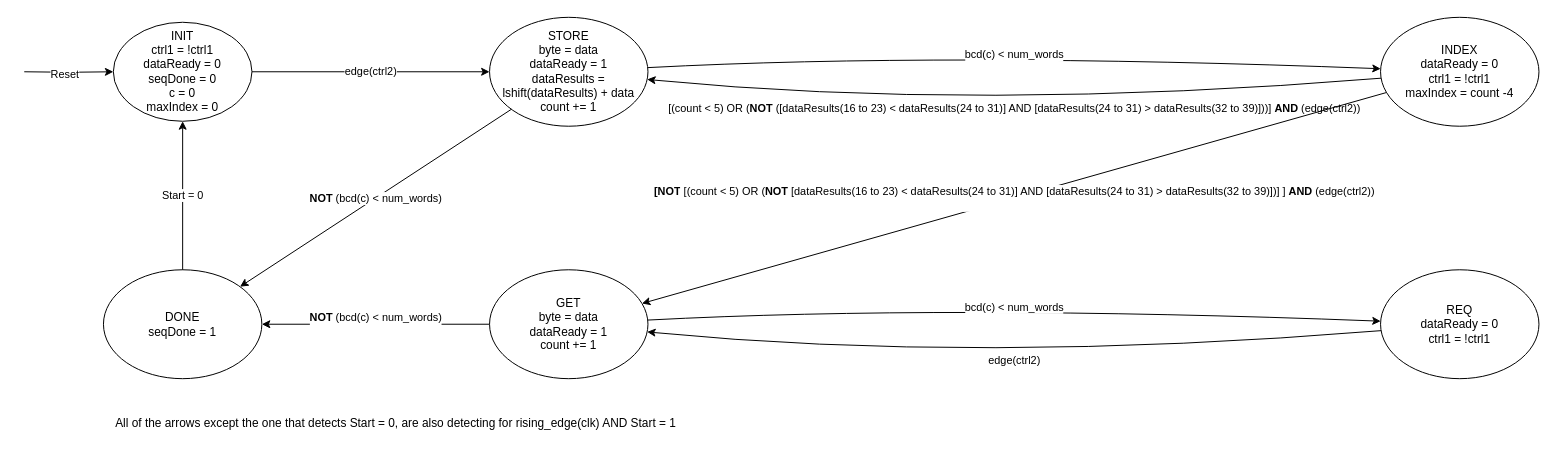
This is Folder/FSM.drawio from OscarHdez103/DigProjFSM, a draw.io file, before an edit. Source tidied: cells renumbered, new cells numbered last; positions are measured from the earlier drawing's top-left corner, leaving out a move shared by most shapes. Both pictures are drawn from the tidied source at 99%, with x=0, y=0 at pixel (24, 17).
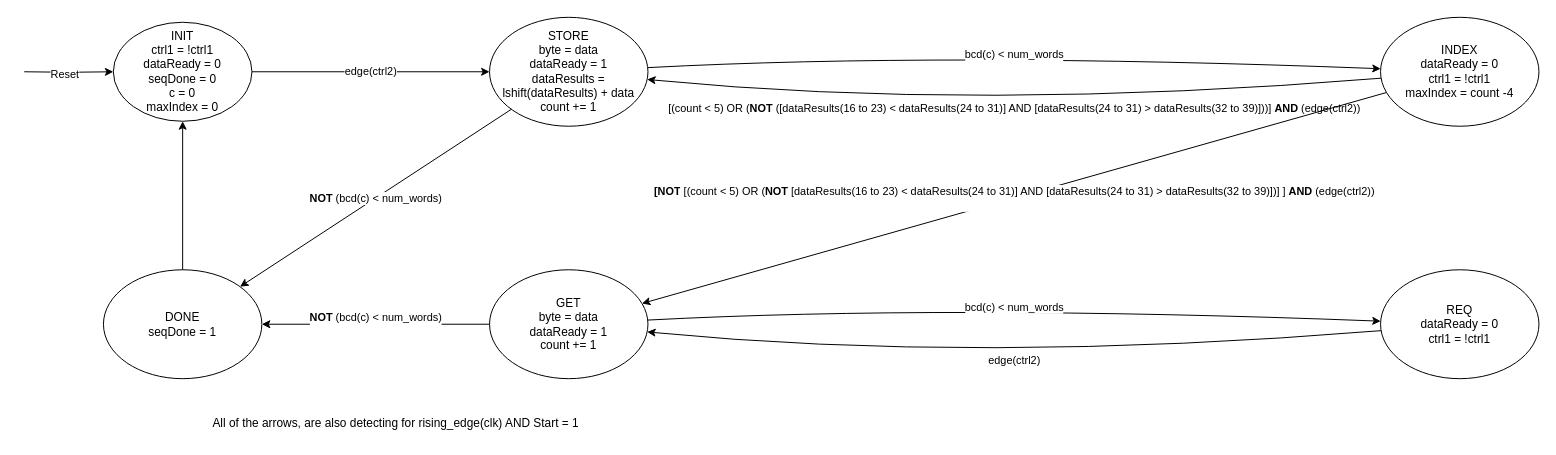
The same diagram, later.

Unchanged cells that the change refers to:
```xml
<mxCell id="3" value="INIT&lt;div&gt;ctrl1 = !ctrl1&lt;/div&gt;&lt;div&gt;dataReady = 0&lt;/div&gt;&lt;div&gt;seqDone = 0&lt;/div&gt;&lt;div&gt;c = 0&lt;/div&gt;&lt;div&gt;maxIndex = 0&lt;/div&gt;" style="ellipse;whiteSpace=wrap;html=1;" parent="1" vertex="1">
  <mxGeometry x="90" y="5" width="140" height="100" as="geometry" />
</mxCell>
<mxCell id="16" value="&lt;div&gt;&lt;span style=&quot;background-color: initial;&quot;&gt;DONE&lt;/span&gt;&lt;/div&gt;&lt;div&gt;&lt;span style=&quot;background-color: initial;&quot;&gt;seqDone = 1&lt;/span&gt;&lt;br&gt;&lt;/div&gt;" style="ellipse;whiteSpace=wrap;html=1;" parent="1" vertex="1">
  <mxGeometry x="80" y="255" width="160" height="110" as="geometry" />
</mxCell>
```

Change to the diagram source:
```diff
@@
-    <mxCell id="17" value="Start = 0" style="endArrow=classic;html=1;rounded=0;" parent="1" edge="1" source="16" target="3">
+    <mxCell id="17" style="endArrow=classic;html=1;rounded=0;" parent="1" edge="1" source="16" target="3">
       <mxGeometry relative="1" as="geometry" />
     </mxCell>
@@
-    <mxCell id="19" value="All of the arrows except the one that detects Start = 0, are also detecting for rising_edge(clk) AND Start = 1" style="text;html=1;align=center;verticalAlign=middle;strokeColor=none;fillColor=none;" parent="1" vertex="1">
-      <mxGeometry x="80" y="395" width="590" height="30" as="geometry" />
+    <mxCell id="19" value="All of the arrows, are also detecting for rising_edge(clk) AND Start = 1" style="text;html=1;align=center;verticalAlign=middle;strokeColor=none;fillColor=none;" parent="1" vertex="1">
+      <mxGeometry x="180" y="395" width="390" height="30" as="geometry" />
     </mxCell>
```
